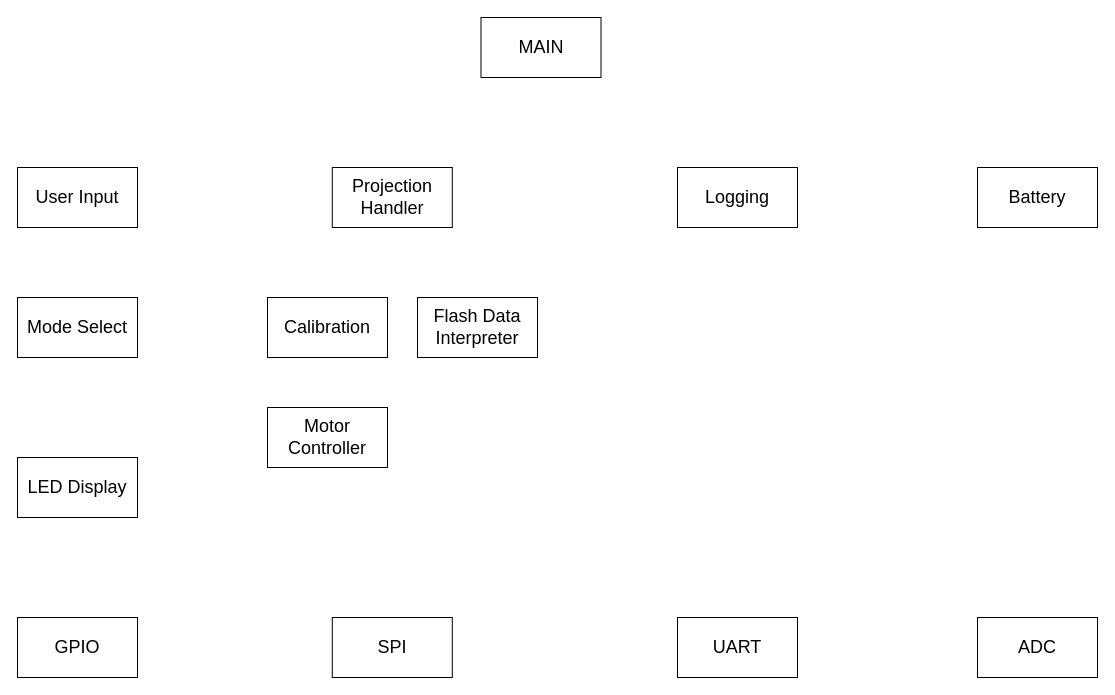
Before: Hierarchy Diagram.drawio in Kendalld/Making_Embedded_Systems, a draw.io diagram. Source tidied: cells renumbered, new cells numbered last; positions are measured from the earlier drawing's top-left corner, leaving out a move shared by most shapes. Both pictures are drawn from the tidied source at 100%, with x=0, y=0 at pixel (17, 17).
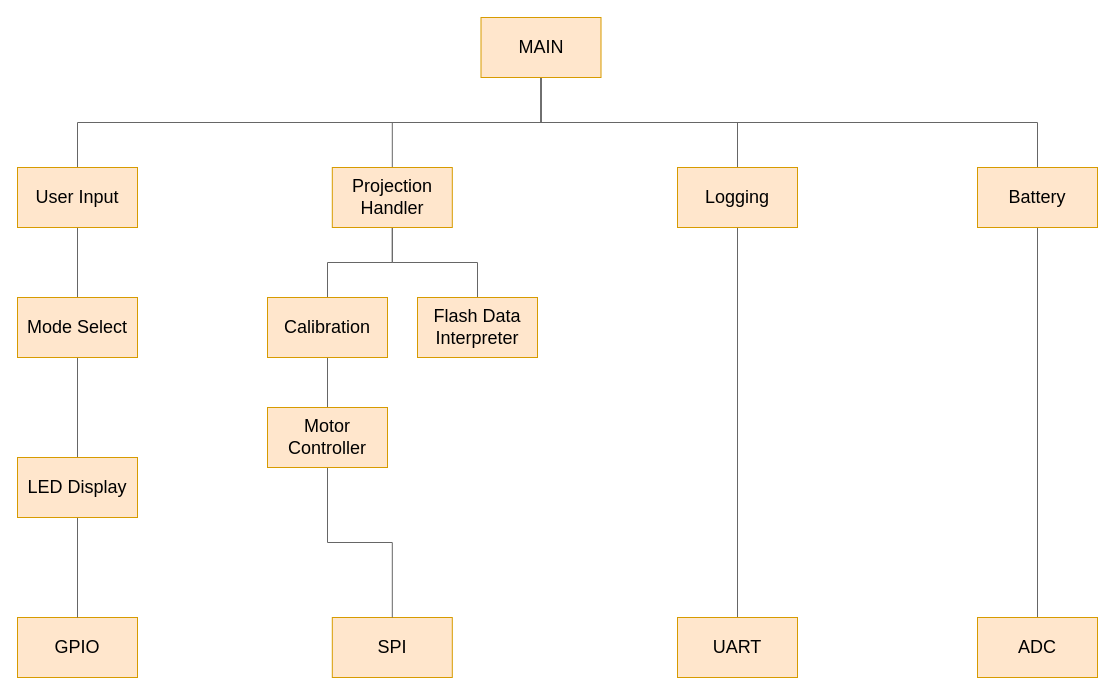
The same diagram, later.

What changed in the source:
```diff
@@
+    <mxCell id="16" style="edgeStyle=orthogonalEdgeStyle;rounded=0;jettySize=auto;html=1;exitX=0.5;exitY=1;exitDx=0;exitDy=0;fontSize=18;endArrow=none;endFill=0;entryX=0.5;entryY=0;entryDx=0;entryDy=0;fillColor=#f5f5f5;strokeColor=#666666;" parent="1" edge="1" source="2" target="5">
+      <mxGeometry relative="1" as="geometry" />
+    </mxCell>
+    <mxCell id="17" style="edgeStyle=orthogonalEdgeStyle;rounded=0;jettySize=auto;html=1;exitX=0.5;exitY=1;exitDx=0;exitDy=0;entryX=0.5;entryY=0;entryDx=0;entryDy=0;fontSize=18;endArrow=none;endFill=0;fillColor=#f5f5f5;strokeColor=#666666;" parent="1" edge="1" source="2" target="6">
+      <mxGeometry relative="1" as="geometry" />
+    </mxCell>
+    <mxCell id="18" style="edgeStyle=orthogonalEdgeStyle;rounded=0;jettySize=auto;html=1;exitX=0.5;exitY=1;exitDx=0;exitDy=0;entryX=0.5;entryY=0;entryDx=0;entryDy=0;fontSize=18;endArrow=none;endFill=0;fillColor=#f5f5f5;strokeColor=#666666;" parent="1" edge="1" source="2" target="7">
+      <mxGeometry relative="1" as="geometry" />
+    </mxCell>
+    <mxCell id="19" style="edgeStyle=orthogonalEdgeStyle;rounded=0;jettySize=auto;html=1;exitX=0.5;exitY=1;exitDx=0;exitDy=0;entryX=0.5;entryY=0;entryDx=0;entryDy=0;fontSize=18;endArrow=none;endFill=0;fillColor=#f5f5f5;strokeColor=#666666;" parent="1" edge="1" source="2" target="3">
+      <mxGeometry relative="1" as="geometry" />
+    </mxCell>
-    <mxCell id="2" value="&lt;font style=&quot;font-size: 18px&quot;&gt;MAIN&lt;/font&gt;" style="rounded=0;whiteSpace=wrap;html=1;" parent="1" vertex="1">
+    <mxCell id="2" value="&lt;font style=&quot;font-size: 18px&quot;&gt;MAIN&lt;/font&gt;" style="rounded=0;whiteSpace=wrap;html=1;fillColor=#ffe6cc;strokeColor=#d79b00;" parent="1" vertex="1">
       <mxGeometry x="463.5" width="120" height="60" as="geometry" />
     </mxCell>
+    <mxCell id="20" style="edgeStyle=orthogonalEdgeStyle;rounded=0;jettySize=auto;html=1;exitX=0.5;exitY=1;exitDx=0;exitDy=0;entryX=0.5;entryY=0;entryDx=0;entryDy=0;fontSize=18;endArrow=none;endFill=0;fillColor=#f5f5f5;strokeColor=#666666;" parent="1" edge="1" source="3" target="4">
+      <mxGeometry relative="1" as="geometry" />
+    </mxCell>
-    <mxCell id="3" value="User Input" style="whiteSpace=wrap;html=1;fontSize=18;" parent="1" vertex="1">
+    <mxCell id="3" value="User Input" style="whiteSpace=wrap;html=1;fontSize=18;fillColor=#ffe6cc;strokeColor=#d79b00;" parent="1" vertex="1">
       <mxGeometry y="150" width="120" height="60" as="geometry" />
     </mxCell>
+    <mxCell id="21" style="edgeStyle=orthogonalEdgeStyle;rounded=0;jettySize=auto;html=1;exitX=0.5;exitY=1;exitDx=0;exitDy=0;entryX=0.5;entryY=0;entryDx=0;entryDy=0;fontSize=18;endArrow=none;endFill=0;fillColor=#f5f5f5;strokeColor=#666666;" parent="1" edge="1" source="4" target="14">
+      <mxGeometry relative="1" as="geometry" />
+    </mxCell>
-    <mxCell id="4" value="Mode Select" style="whiteSpace=wrap;html=1;fontSize=18;" parent="1" vertex="1">
+    <mxCell id="4" value="Mode Select" style="whiteSpace=wrap;html=1;fontSize=18;fillColor=#ffe6cc;strokeColor=#d79b00;" parent="1" vertex="1">
       <mxGeometry y="280" width="120" height="60" as="geometry" />
     </mxCell>
+    <mxCell id="22" style="edgeStyle=orthogonalEdgeStyle;rounded=0;jettySize=auto;html=1;exitX=0.5;exitY=1;exitDx=0;exitDy=0;entryX=0.5;entryY=0;entryDx=0;entryDy=0;fontSize=18;endArrow=none;endFill=0;fillColor=#f5f5f5;strokeColor=#666666;" parent="1" edge="1" source="5" target="10">
+      <mxGeometry relative="1" as="geometry" />
+    </mxCell>
+    <mxCell id="23" style="edgeStyle=orthogonalEdgeStyle;rounded=0;jettySize=auto;html=1;exitX=0.5;exitY=1;exitDx=0;exitDy=0;entryX=0.5;entryY=0;entryDx=0;entryDy=0;fontSize=18;endArrow=none;endFill=0;fillColor=#f5f5f5;strokeColor=#666666;" parent="1" edge="1" source="5" target="15">
+      <mxGeometry relative="1" as="geometry" />
+    </mxCell>
-    <mxCell id="5" value="Projection Handler" style="whiteSpace=wrap;html=1;fontSize=18;" parent="1" vertex="1">
+    <mxCell id="5" value="Projection Handler" style="whiteSpace=wrap;html=1;fontSize=18;fillColor=#ffe6cc;strokeColor=#d79b00;" parent="1" vertex="1">
       <mxGeometry x="314.8" y="150" width="120" height="60" as="geometry" />
     </mxCell>
+    <mxCell id="24" style="edgeStyle=orthogonalEdgeStyle;rounded=0;jettySize=auto;html=1;exitX=0.5;exitY=1;exitDx=0;exitDy=0;entryX=0.5;entryY=0;entryDx=0;entryDy=0;fontSize=18;endArrow=none;endFill=0;fillColor=#f5f5f5;strokeColor=#666666;" parent="1" edge="1" source="6" target="8">
+      <mxGeometry relative="1" as="geometry" />
+    </mxCell>
-    <mxCell id="6" value="Logging" style="whiteSpace=wrap;html=1;fontSize=18;" parent="1" vertex="1">
+    <mxCell id="6" value="Logging" style="whiteSpace=wrap;html=1;fontSize=18;fillColor=#ffe6cc;strokeColor=#d79b00;" parent="1" vertex="1">
       <mxGeometry x="660" y="150" width="120" height="60" as="geometry" />
     </mxCell>
+    <mxCell id="25" style="edgeStyle=orthogonalEdgeStyle;rounded=0;jettySize=auto;html=1;exitX=0.5;exitY=1;exitDx=0;exitDy=0;entryX=0.5;entryY=0;entryDx=0;entryDy=0;fontSize=18;endArrow=none;endFill=0;fillColor=#f5f5f5;strokeColor=#666666;" parent="1" edge="1" source="7" target="9">
+      <mxGeometry relative="1" as="geometry" />
+    </mxCell>
-    <mxCell id="7" value="Battery" style="whiteSpace=wrap;html=1;fontSize=18;" parent="1" vertex="1">
+    <mxCell id="7" value="Battery" style="whiteSpace=wrap;html=1;fontSize=18;fillColor=#ffe6cc;strokeColor=#d79b00;" parent="1" vertex="1">
       <mxGeometry x="960" y="150" width="120" height="60" as="geometry" />
     </mxCell>
-    <mxCell id="8" value="UART" style="whiteSpace=wrap;html=1;fontSize=18;" parent="1" vertex="1">
+    <mxCell id="8" value="UART" style="whiteSpace=wrap;html=1;fontSize=18;fillColor=#ffe6cc;strokeColor=#d79b00;" parent="1" vertex="1">
       <mxGeometry x="660" y="600" width="120" height="60" as="geometry" />
     </mxCell>
-    <mxCell id="9" value="ADC" style="whiteSpace=wrap;html=1;fontSize=18;" parent="1" vertex="1">
+    <mxCell id="9" value="ADC" style="whiteSpace=wrap;html=1;fontSize=18;fillColor=#ffe6cc;strokeColor=#d79b00;" parent="1" vertex="1">
       <mxGeometry x="960" y="600" width="120" height="60" as="geometry" />
     </mxCell>
+    <mxCell id="26" style="edgeStyle=orthogonalEdgeStyle;rounded=0;jettySize=auto;html=1;exitX=0.5;exitY=1;exitDx=0;exitDy=0;entryX=0.5;entryY=0;entryDx=0;entryDy=0;fontSize=18;endArrow=none;endFill=0;fillColor=#f5f5f5;strokeColor=#666666;" parent="1" edge="1" source="10" target="13">
+      <mxGeometry relative="1" as="geometry" />
+    </mxCell>
-    <mxCell id="10" value="Calibration" style="whiteSpace=wrap;html=1;fontSize=18;" parent="1" vertex="1">
+    <mxCell id="10" value="Calibration" style="whiteSpace=wrap;html=1;fontSize=18;fillColor=#ffe6cc;strokeColor=#d79b00;" parent="1" vertex="1">
       <mxGeometry x="250" y="280" width="120" height="60" as="geometry" />
     </mxCell>
-    <mxCell id="11" value="GPIO" style="whiteSpace=wrap;html=1;fontSize=18;" parent="1" vertex="1">
+    <mxCell id="11" value="GPIO" style="whiteSpace=wrap;html=1;fontSize=18;fillColor=#ffe6cc;strokeColor=#d79b00;" parent="1" vertex="1">
       <mxGeometry y="600" width="120" height="60" as="geometry" />
     </mxCell>
-    <mxCell id="12" value="SPI" style="whiteSpace=wrap;html=1;fontSize=18;" parent="1" vertex="1">
+    <mxCell id="12" value="SPI" style="whiteSpace=wrap;html=1;fontSize=18;fillColor=#ffe6cc;strokeColor=#d79b00;" parent="1" vertex="1">
       <mxGeometry x="314.8" y="600" width="120" height="60" as="geometry" />
     </mxCell>
+    <mxCell id="27" style="edgeStyle=orthogonalEdgeStyle;rounded=0;jettySize=auto;html=1;exitX=0.5;exitY=1;exitDx=0;exitDy=0;entryX=0.5;entryY=0;entryDx=0;entryDy=0;fontSize=18;endArrow=none;endFill=0;fillColor=#f5f5f5;strokeColor=#666666;" parent="1" edge="1" source="13" target="12">
+      <mxGeometry relative="1" as="geometry" />
+    </mxCell>
-    <mxCell id="13" value="Motor Controller" style="whiteSpace=wrap;html=1;fontSize=18;" parent="1" vertex="1">
+    <mxCell id="13" value="Motor Controller" style="whiteSpace=wrap;html=1;fontSize=18;fillColor=#ffe6cc;strokeColor=#d79b00;" parent="1" vertex="1">
       <mxGeometry x="250" y="390" width="120" height="60" as="geometry" />
     </mxCell>
+    <mxCell id="28" style="edgeStyle=orthogonalEdgeStyle;rounded=0;jettySize=auto;html=1;exitX=0.5;exitY=1;exitDx=0;exitDy=0;entryX=0.5;entryY=0;entryDx=0;entryDy=0;fontSize=18;endArrow=none;endFill=0;fillColor=#f5f5f5;strokeColor=#666666;" parent="1" edge="1" source="14" target="11">
+      <mxGeometry relative="1" as="geometry" />
+    </mxCell>
-    <mxCell id="14" value="LED Display" style="whiteSpace=wrap;html=1;fontSize=18;" parent="1" vertex="1">
+    <mxCell id="14" value="LED Display" style="whiteSpace=wrap;html=1;fontSize=18;fillColor=#ffe6cc;strokeColor=#d79b00;" parent="1" vertex="1">
       <mxGeometry y="440" width="120" height="60" as="geometry" />
     </mxCell>
-    <mxCell id="15" value="Flash Data Interpreter" style="whiteSpace=wrap;html=1;fontSize=18;" parent="1" vertex="1">
+    <mxCell id="15" value="Flash Data Interpreter" style="whiteSpace=wrap;html=1;fontSize=18;fillColor=#ffe6cc;strokeColor=#d79b00;" parent="1" vertex="1">
       <mxGeometry x="400" y="280" width="120" height="60" as="geometry" />
     </mxCell>
```
